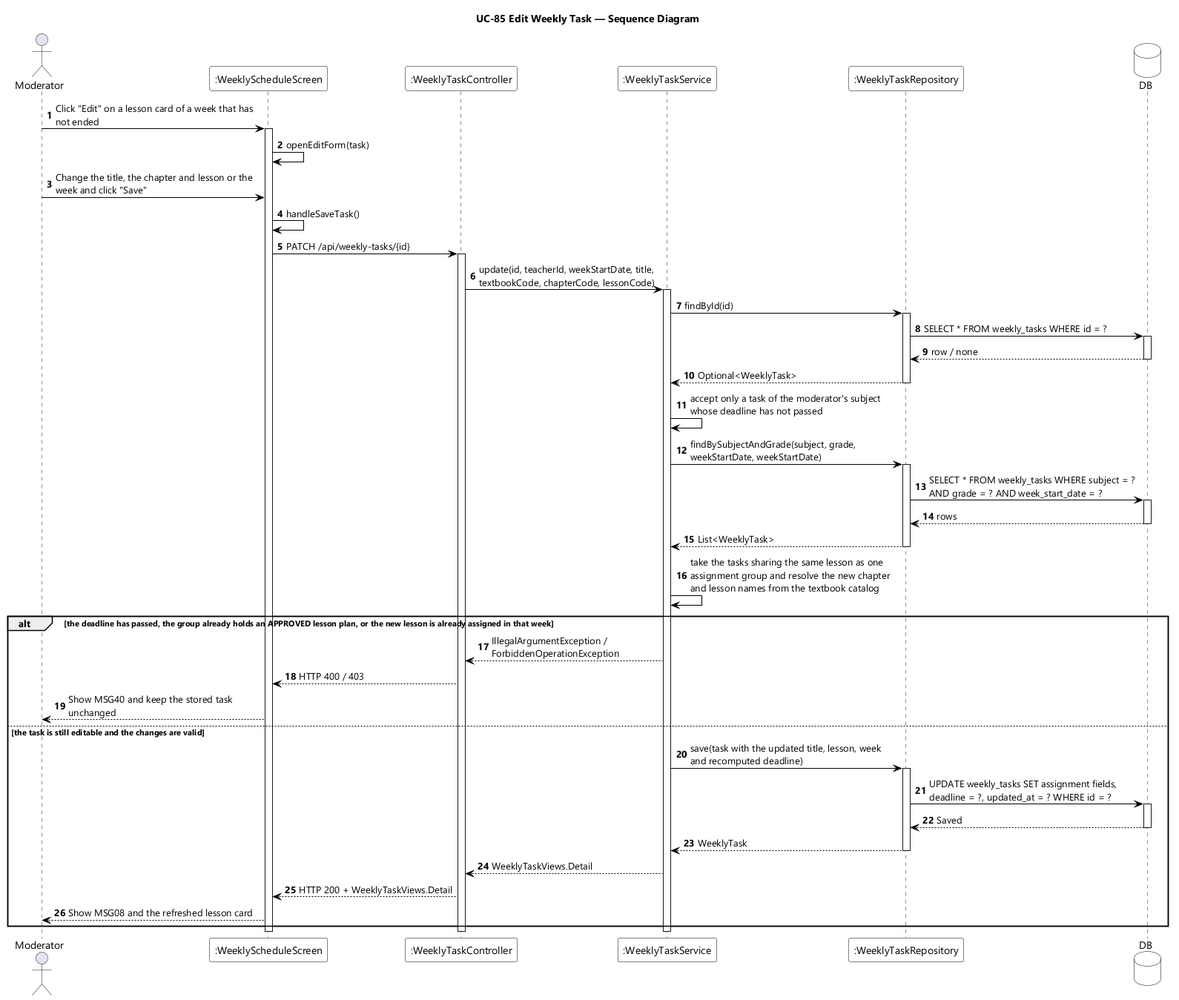
The PlantUML diagram designs/sds-diagrams/uc85/uc85-sequence-diagram.png in EduA-system/EduA-system, before a commit. Source of this version:
```plantuml
@startuml UC-85 Edit Weekly Task - Sequence Diagram
skinparamlocked dpi 96
skinparam defaultFontName "Segoe UI"
skinparam shadowing false
skinparam ParticipantBackgroundColor #FFFFFF
skinparam ParticipantBorderColor #000000
skinparam DatabaseBackgroundColor #FFFFFF
skinparam DatabaseBorderColor #000000
skinparam ArrowColor #000000
skinparam sequenceMessageAlign left
skinparam maxMessageSize 280
title UC-85 Edit Weekly Task — Sequence Diagram

actor Moderator
participant ":WeeklyScheduleScreen" as UI
participant ":WeeklyTaskController" as CTL
participant ":WeeklyTaskService" as SVC
participant ":WeeklyTaskRepository" as REPO
database DB

autonumber
Moderator -> UI : Click "Edit" on a lesson card of a week that has not ended
activate UI
UI -> UI : openEditForm(task)
Moderator -> UI : Change the title, the chapter and lesson or the week and click "Save"
UI -> UI : handleSaveTask()
UI -> CTL : PATCH /api/weekly-tasks/{id}
activate CTL
CTL -> SVC : update(id, teacherId, weekStartDate, title, textbookCode, chapterCode, lessonCode)
activate SVC

SVC -> REPO : findById(id)
activate REPO
REPO -> DB : SELECT * FROM weekly_tasks WHERE id = ?
activate DB
DB --> REPO : row / none
deactivate DB
REPO --> SVC : Optional<WeeklyTask>
deactivate REPO
SVC -> SVC : accept only a task of the moderator's subject whose deadline has not passed

SVC -> REPO : findBySubjectAndGrade(subject, grade, weekStartDate, weekStartDate)
activate REPO
REPO -> DB : SELECT * FROM weekly_tasks WHERE subject = ? AND grade = ? AND week_start_date = ?
activate DB
DB --> REPO : rows
deactivate DB
REPO --> SVC : List<WeeklyTask>
deactivate REPO
SVC -> SVC : take the tasks sharing the same lesson as one assignment group and resolve the new chapter and lesson names from the textbook catalog

alt the deadline has passed, the group already holds an APPROVED lesson plan, or the new lesson is already assigned in that week
  SVC --> CTL : IllegalArgumentException / ForbiddenOperationException
  CTL --> UI : HTTP 400 / 403
  UI --> Moderator : Show MSG40 and keep the stored task unchanged
else the task is still editable and the changes are valid
  SVC -> REPO : save(task with the updated title, lesson, week and recomputed deadline)
  activate REPO
  REPO -> DB : UPDATE weekly_tasks SET assignment fields, deadline = ?, updated_at = ? WHERE id = ?
  activate DB
  DB --> REPO : Saved
  deactivate DB
  REPO --> SVC : WeeklyTask
  deactivate REPO
  SVC --> CTL : WeeklyTaskViews.Detail
  CTL --> UI : HTTP 200 + WeeklyTaskViews.Detail
  UI --> Moderator : Show MSG08 and the refreshed lesson card
end
deactivate SVC
deactivate CTL
deactivate UI
@enduml
```
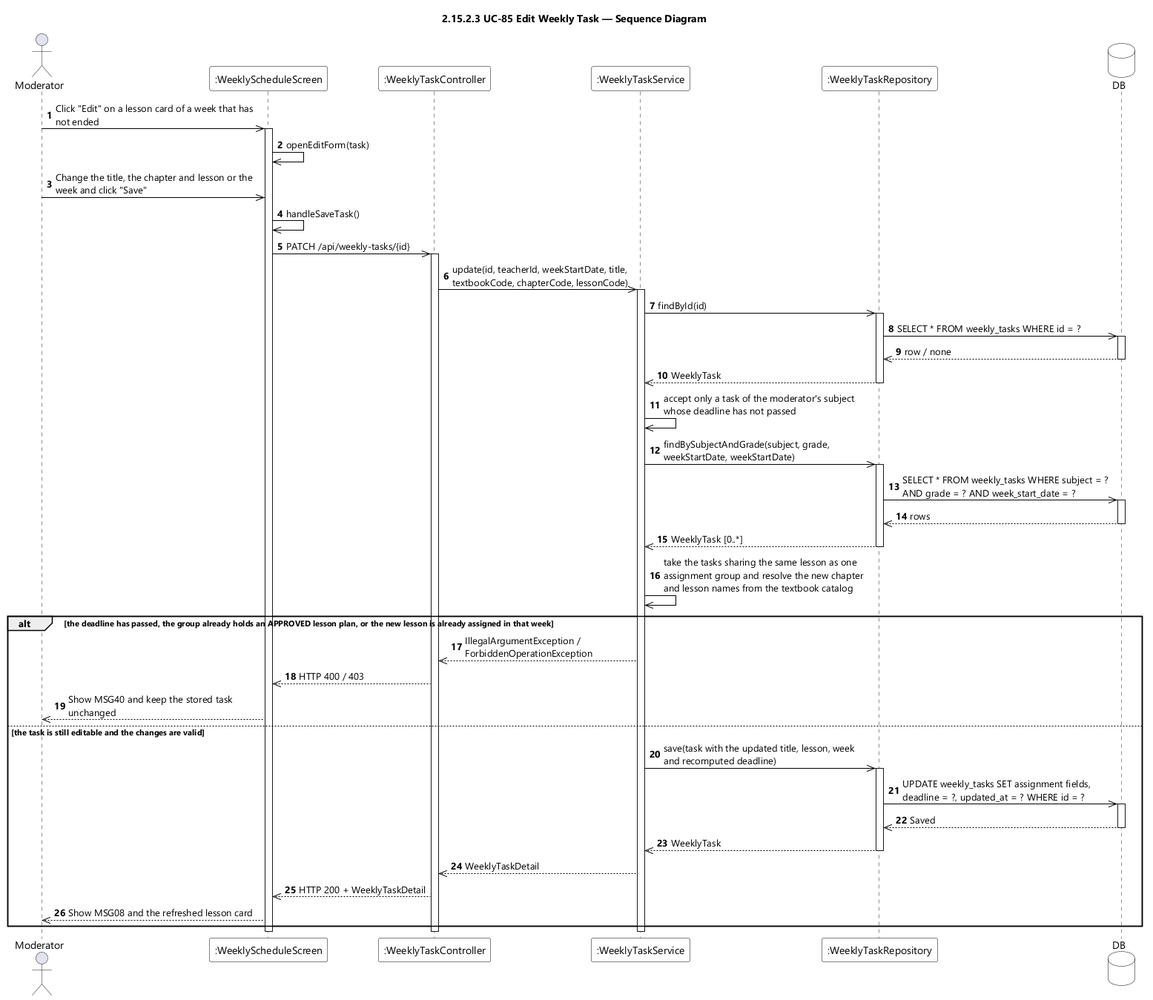
Above is the later version.

The edit, as a diff of the source:
```diff
@@ -9,7 +9,7 @@
 skinparam ArrowColor #000000
 skinparam sequenceMessageAlign left
 skinparam maxMessageSize 280
-title UC-85 Edit Weekly Task — Sequence Diagram
+title 2.15.2.3 UC-85 Edit Weekly Task — Sequence Diagram
 
 actor Moderator
 participant ":WeeklyScheduleScreen" as UI
@@ -19,52 +19,52 @@
 database DB
 
 autonumber
-Moderator -> UI : Click "Edit" on a lesson card of a week that has not ended
+Moderator ->> UI : Click "Edit" on a lesson card of a week that has not ended
 activate UI
-UI -> UI : openEditForm(task)
-Moderator -> UI : Change the title, the chapter and lesson or the week and click "Save"
-UI -> UI : handleSaveTask()
-UI -> CTL : PATCH /api/weekly-tasks/{id}
+UI ->> UI : openEditForm(task)
+Moderator ->> UI : Change the title, the chapter and lesson or the week and click "Save"
+UI ->> UI : handleSaveTask()
+UI ->> CTL : PATCH /api/weekly-tasks/{id}
 activate CTL
-CTL -> SVC : update(id, teacherId, weekStartDate, title, textbookCode, chapterCode, lessonCode)
+CTL ->> SVC : update(id, teacherId, weekStartDate, title, textbookCode, chapterCode, lessonCode)
 activate SVC
 
-SVC -> REPO : findById(id)
+SVC ->> REPO : findById(id)
 activate REPO
-REPO -> DB : SELECT * FROM weekly_tasks WHERE id = ?
+REPO ->> DB : SELECT * FROM weekly_tasks WHERE id = ?
 activate DB
-DB --> REPO : row / none
+DB -->> REPO : row / none
 deactivate DB
-REPO --> SVC : Optional<WeeklyTask>
+REPO -->> SVC : WeeklyTask
 deactivate REPO
-SVC -> SVC : accept only a task of the moderator's subject whose deadline has not passed
+SVC ->> SVC : accept only a task of the moderator's subject whose deadline has not passed
 
-SVC -> REPO : findBySubjectAndGrade(subject, grade, weekStartDate, weekStartDate)
+SVC ->> REPO : findBySubjectAndGrade(subject, grade, weekStartDate, weekStartDate)
 activate REPO
-REPO -> DB : SELECT * FROM weekly_tasks WHERE subject = ? AND grade = ? AND week_start_date = ?
+REPO ->> DB : SELECT * FROM weekly_tasks WHERE subject = ? AND grade = ? AND week_start_date = ?
 activate DB
-DB --> REPO : rows
+DB -->> REPO : rows
 deactivate DB
-REPO --> SVC : List<WeeklyTask>
+REPO -->> SVC : WeeklyTask [0..*]
 deactivate REPO
-SVC -> SVC : take the tasks sharing the same lesson as one assignment group and resolve the new chapter and lesson names from the textbook catalog
+SVC ->> SVC : take the tasks sharing the same lesson as one assignment group and resolve the new chapter and lesson names from the textbook catalog
 
 alt the deadline has passed, the group already holds an APPROVED lesson plan, or the new lesson is already assigned in that week
-  SVC --> CTL : IllegalArgumentException / ForbiddenOperationException
-  CTL --> UI : HTTP 400 / 403
-  UI --> Moderator : Show MSG40 and keep the stored task unchanged
+  SVC -->> CTL : IllegalArgumentException / ForbiddenOperationException
+  CTL -->> UI : HTTP 400 / 403
+  UI -->> Moderator : Show MSG40 and keep the stored task unchanged
 else the task is still editable and the changes are valid
-  SVC -> REPO : save(task with the updated title, lesson, week and recomputed deadline)
+  SVC ->> REPO : save(task with the updated title, lesson, week and recomputed deadline)
   activate REPO
-  REPO -> DB : UPDATE weekly_tasks SET assignment fields, deadline = ?, updated_at = ? WHERE id = ?
+  REPO ->> DB : UPDATE weekly_tasks SET assignment fields, deadline = ?, updated_at = ? WHERE id = ?
   activate DB
-  DB --> REPO : Saved
+  DB -->> REPO : Saved
   deactivate DB
-  REPO --> SVC : WeeklyTask
+  REPO -->> SVC : WeeklyTask
   deactivate REPO
-  SVC --> CTL : WeeklyTaskViews.Detail
-  CTL --> UI : HTTP 200 + WeeklyTaskViews.Detail
-  UI --> Moderator : Show MSG08 and the refreshed lesson card
+  SVC -->> CTL : WeeklyTaskDetail
+  CTL -->> UI : HTTP 200 + WeeklyTaskDetail
+  UI -->> Moderator : Show MSG08 and the refreshed lesson card
 end
 deactivate SVC
 deactivate CTL
```
